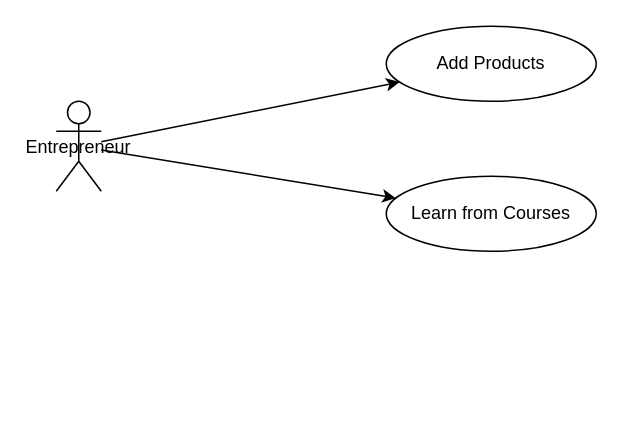
Earlier version of the draw.io diagram flows/userRoles.drawio (Harri200191/RuralRise). Source tidied: cells renumbered, new cells numbered last; positions are measured from the earlier drawing's top-left corner, leaving out a move shared by most shapes. Both pictures are drawn from the tidied source at 150%, with x=0, y=0 at pixel (56, 26).
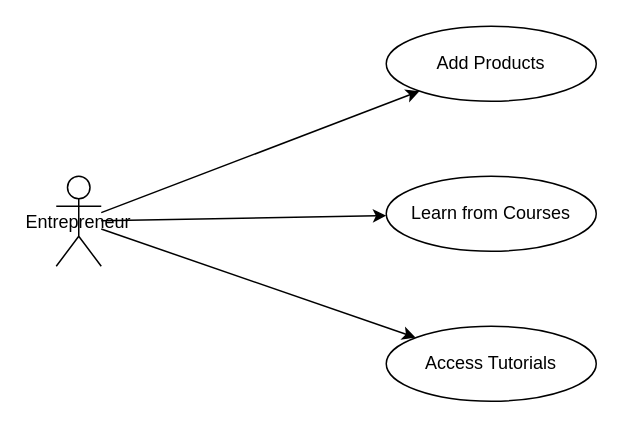
The same diagram, later.

Commit message:
Added product part

Change to the diagram source:
```diff
@@
 <mxGraphModel>
   <root>
     <mxCell id="0" />
     <mxCell id="1" parent="0" />
     <mxCell id="2" value="Entrepreneur" style="shape=umlActor;" parent="1" vertex="1">
-      <mxGeometry y="50" width="30" height="60" as="geometry" />
+      <mxGeometry y="100" width="30" height="60" as="geometry" />
     </mxCell>
     <mxCell id="3" value="Add Products" style="ellipse;whiteSpace=wrap;html=1;" parent="1" vertex="1">
       <mxGeometry x="220" width="140" height="50" as="geometry" />
     </mxCell>
     <mxCell id="4" value="Learn from Courses" style="ellipse;whiteSpace=wrap;html=1;" parent="1" vertex="1">
       <mxGeometry x="220" y="100" width="140" height="50" as="geometry" />
     </mxCell>
-    <mxCell id="5" parent="1" edge="1" source="2" target="3">
-      <mxGeometry relative="1" as="geometry" />
+    <mxCell id="5" value="Access Tutorials" style="ellipse;whiteSpace=wrap;html=1;" parent="1" vertex="1">
+      <mxGeometry x="220" y="200" width="140" height="50" as="geometry" />
     </mxCell>
-    <mxCell id="6" parent="1" edge="1" source="2" target="4">
+    <mxCell id="6" parent="1" edge="1" source="2" target="3">
       <mxGeometry relative="1" as="geometry" />
     </mxCell>
+    <mxCell id="7" parent="1" edge="1" source="2" target="4">
+      <mxGeometry relative="1" as="geometry" />
+    </mxCell>
+    <mxCell id="8" parent="1" edge="1" source="2" target="5">
+      <mxGeometry relative="1" as="geometry" />
+    </mxCell>
   </root>
 </mxGraphModel>
```
